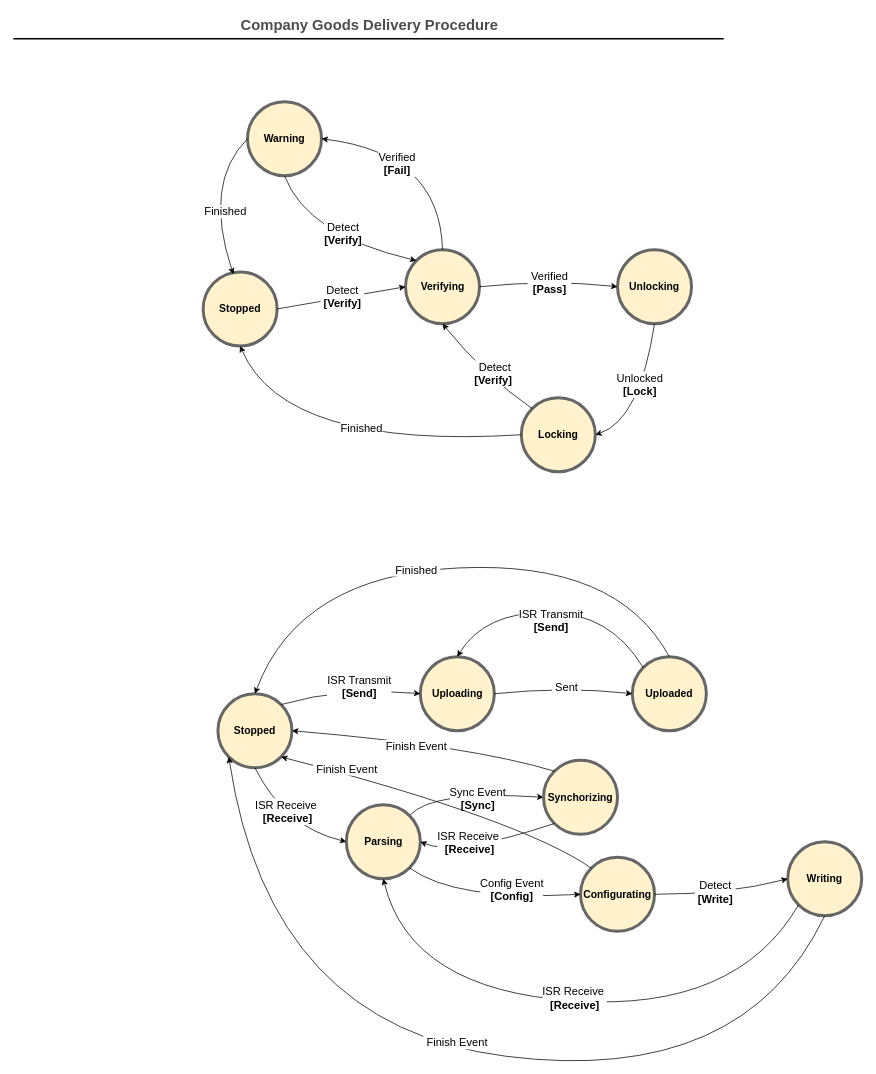
The draw.io diagram Docs/overallStateMachine.drawio in trieu1162000/AESD, before the edit. Source tidied: cells renumbered, new cells numbered last; positions are measured from the earlier drawing's top-left corner, leaving out a move shared by most shapes. Both pictures are drawn from the tidied source at 74%, with x=0, y=0 at pixel (13, 13).
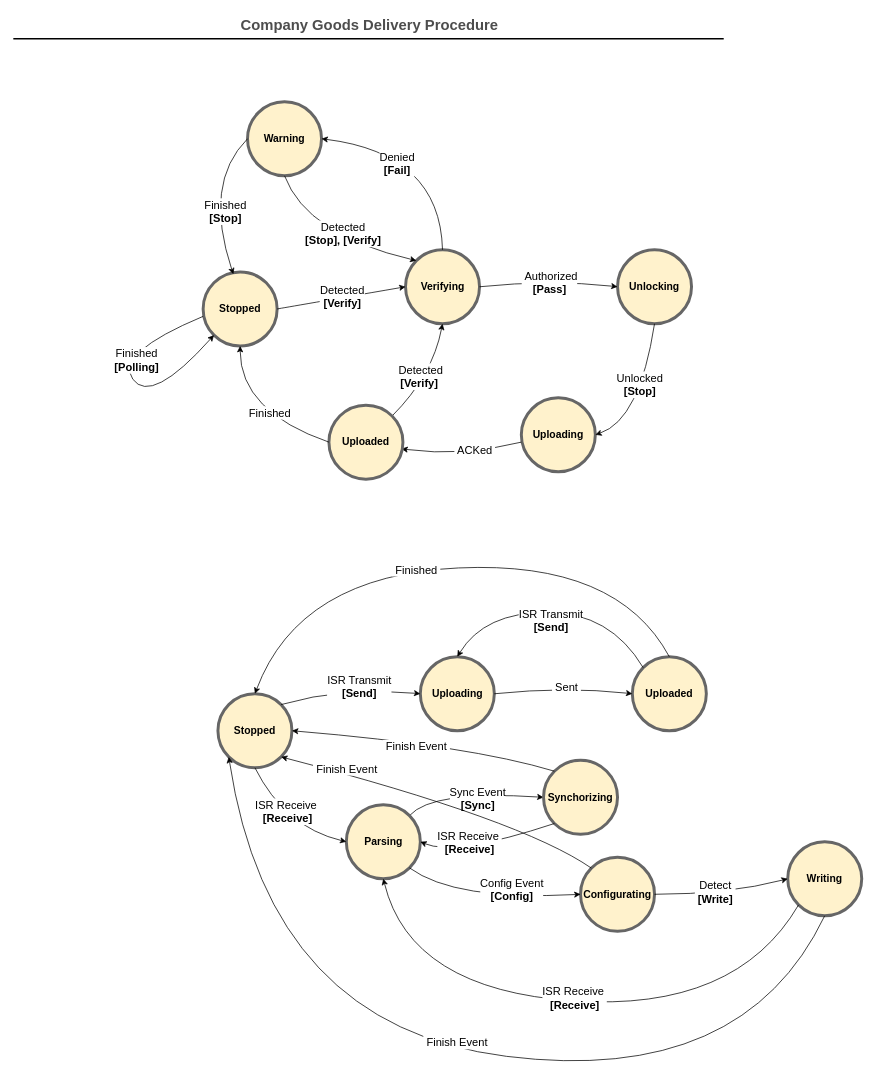
The same page after the edit.

Unchanged cells that the change refers to:
```xml
<mxCell id="7" value="&lt;font style=&quot;font-size: 14px;&quot;&gt;&lt;b&gt;Verifying&lt;/b&gt;&lt;/font&gt;" style="ellipse;whiteSpace=wrap;html=1;strokeWidth=4;fillColor=#fff2cc;strokeColor=#666666;" parent="1" vertex="1">
  <mxGeometry x="529.5" y="320" width="100" height="100" as="geometry" />
</mxCell>
<mxCell id="8" value="&lt;font style=&quot;font-size: 14px;&quot;&gt;&lt;b&gt;Stopped&lt;/b&gt;&lt;/font&gt;" style="ellipse;whiteSpace=wrap;html=1;strokeWidth=4;fillColor=#fff2cc;strokeColor=#666666;" parent="1" vertex="1">
  <mxGeometry x="256" y="350" width="100" height="100" as="geometry" />
</mxCell>
<mxCell id="9" style="curved=1;endArrow=classic;html=1;rounded=0;exitX=0.5;exitY=0;exitDx=0;exitDy=0;entryX=1;entryY=0.5;entryDx=0;entryDy=0;" parent="1" edge="1" source="7" target="4">
  <mxGeometry relative="1" as="geometry">
    <Array as="points">
      <mxPoint x="576" y="190" />
    </Array>
  </mxGeometry>
</mxCell>
<mxCell id="11" style="curved=1;endArrow=classic;html=1;rounded=0;exitX=1;exitY=0.5;exitDx=0;exitDy=0;entryX=0;entryY=0.5;entryDx=0;entryDy=0;" parent="1" edge="1" source="7" target="6">
  <mxGeometry relative="1" as="geometry">
    <Array as="points">
      <mxPoint x="726" y="360" />
    </Array>
  </mxGeometry>
</mxCell>
<mxCell id="13" style="curved=1;endArrow=classic;html=1;rounded=0;exitX=1;exitY=0.5;exitDx=0;exitDy=0;entryX=0;entryY=0.5;entryDx=0;entryDy=0;" parent="1" edge="1" source="8" target="7">
  <mxGeometry relative="1" as="geometry" />
</mxCell>
<mxCell id="15" style="curved=1;endArrow=classic;html=1;rounded=0;exitX=0;exitY=0.5;exitDx=0;exitDy=0;entryX=0.408;entryY=0.031;entryDx=0;entryDy=0;entryPerimeter=0;" parent="1" edge="1" source="4" target="8">
  <mxGeometry relative="1" as="geometry">
    <Array as="points">
      <mxPoint x="256" y="230" />
    </Array>
  </mxGeometry>
</mxCell>
<mxCell id="17" style="curved=1;endArrow=classic;html=1;rounded=0;exitX=0.5;exitY=1;exitDx=0;exitDy=0;entryX=1;entryY=0.5;entryDx=0;entryDy=0;" parent="1" edge="1" source="6" target="5">
  <mxGeometry relative="1" as="geometry">
    <Array as="points">
      <mxPoint x="846" y="550" />
    </Array>
  </mxGeometry>
</mxCell>
<mxCell id="23" style="curved=1;endArrow=classic;html=1;rounded=0;exitX=0.5;exitY=1;exitDx=0;exitDy=0;entryX=0;entryY=0;entryDx=0;entryDy=0;" parent="1" edge="1" source="4" target="7">
  <mxGeometry relative="1" as="geometry">
    <Array as="points">
      <mxPoint x="396" y="300" />
    </Array>
  </mxGeometry>
</mxCell>
```

What changed in the source:
```diff
@@
-    <mxCell id="5" value="&lt;font style=&quot;font-size: 14px;&quot;&gt;&lt;b&gt;Locking&lt;/b&gt;&lt;/font&gt;" style="ellipse;whiteSpace=wrap;html=1;strokeWidth=4;fillColor=#fff2cc;strokeColor=#666666;" parent="1" vertex="1">
+    <mxCell id="5" value="&lt;font style=&quot;font-size: 14px;&quot;&gt;&lt;b&gt;Uploading&lt;/b&gt;&lt;/font&gt;" style="ellipse;whiteSpace=wrap;html=1;strokeWidth=4;fillColor=#fff2cc;strokeColor=#666666;" parent="1" vertex="1">
       <mxGeometry x="686" y="520" width="100" height="100" as="geometry" />
     </mxCell>
@@
-    <mxCell id="10" value="&lt;font style=&quot;font-size: 15px;&quot;&gt;Verified&lt;br&gt;&lt;b&gt;[Fail]&lt;/b&gt;&lt;br&gt;&lt;/font&gt;" style="edgeLabel;html=1;align=center;verticalAlign=middle;" parent="9" vertex="1">
+    <mxCell id="10" value="&lt;font style=&quot;font-size: 15px;&quot;&gt;Denied&lt;br&gt;&lt;b&gt;[Fail]&lt;/b&gt;&lt;br&gt;&lt;/font&gt;" style="edgeLabel;html=1;align=center;verticalAlign=middle;" parent="9" vertex="1">
       <mxGeometry x="0.05" y="5" relative="1" as="geometry">
         <mxPoint x="-35" y="10" as="offset" />
       </mxGeometry>
     </mxCell>
@@
-    <mxCell id="12" value="&lt;span style=&quot;font-size: 15px;&quot;&gt;&amp;nbsp;Verified&amp;nbsp;&lt;br&gt;&lt;b&gt;[Pass]&lt;/b&gt;&lt;br&gt;&lt;/span&gt;" style="edgeLabel;html=1;align=center;verticalAlign=middle;" parent="11" vertex="1">
+    <mxCell id="12" value="&lt;span style=&quot;font-size: 15px;&quot;&gt;&amp;nbsp;Authorized&lt;br&gt;&lt;b&gt;[Pass]&lt;/b&gt;&lt;br&gt;&lt;/span&gt;" style="edgeLabel;html=1;align=center;verticalAlign=middle;" parent="11" vertex="1">
       <mxGeometry x="0.01" y="2" relative="1" as="geometry">
         <mxPoint y="5" as="offset" />
       </mxGeometry>
     </mxCell>
@@
-    <mxCell id="14" value="&lt;span style=&quot;font-size: 15px;&quot;&gt;Detect&lt;br&gt;&lt;b&gt;&amp;nbsp;[Verify]&amp;nbsp;&lt;/b&gt;&lt;br&gt;&lt;/span&gt;" style="edgeLabel;html=1;align=center;verticalAlign=middle;" parent="13" vertex="1">
+    <mxCell id="14" value="&lt;span style=&quot;font-size: 15px;&quot;&gt;Detected&lt;br&gt;&lt;b&gt;&amp;nbsp;[Verify]&amp;nbsp;&lt;/b&gt;&lt;br&gt;&lt;/span&gt;" style="edgeLabel;html=1;align=center;verticalAlign=middle;" parent="13" vertex="1">
       <mxGeometry x="0.01" y="2" relative="1" as="geometry" />
     </mxCell>
@@
-    <mxCell id="16" value="&lt;font style=&quot;font-size: 15px;&quot;&gt;Finished&lt;br&gt;&lt;/font&gt;" style="edgeLabel;html=1;align=center;verticalAlign=middle;" parent="15" vertex="1">
+    <mxCell id="16" value="&lt;font style=&quot;font-size: 15px;&quot;&gt;Finished&lt;br&gt;&lt;b style=&quot;border-color: var(--border-color);&quot;&gt;[Stop]&lt;/b&gt;&lt;br&gt;&lt;/font&gt;" style="edgeLabel;html=1;align=center;verticalAlign=middle;" parent="15" vertex="1">
       <mxGeometry x="0.05" y="5" relative="1" as="geometry">
         <mxPoint x="16" y="12" as="offset" />
       </mxGeometry>
     </mxCell>
@@
-    <mxCell id="18" value="&lt;font style=&quot;font-size: 15px;&quot;&gt;Unlocked&lt;br&gt;&lt;b&gt;[Lock]&lt;/b&gt;&lt;br&gt;&lt;/font&gt;" style="edgeLabel;html=1;align=center;verticalAlign=middle;" parent="17" vertex="1">
+    <mxCell id="18" value="&lt;font style=&quot;font-size: 15px;&quot;&gt;Unlocked&lt;br&gt;&lt;b&gt;[Stop]&lt;/b&gt;&lt;br&gt;&lt;/font&gt;" style="edgeLabel;html=1;align=center;verticalAlign=middle;" parent="17" vertex="1">
       <mxGeometry x="0.05" y="5" relative="1" as="geometry">
         <mxPoint x="-10" y="-20" as="offset" />
       </mxGeometry>
     </mxCell>
-    <mxCell id="19" style="curved=1;endArrow=classic;html=1;rounded=0;exitX=0;exitY=0.5;exitDx=0;exitDy=0;entryX=0.5;entryY=1;entryDx=0;entryDy=0;" parent="1" edge="1" source="5" target="8">
+    <mxCell id="19" style="curved=1;endArrow=classic;html=1;rounded=0;exitX=0;exitY=0.6;exitDx=0;exitDy=0;entryX=0.98;entryY=0.59;entryDx=0;entryDy=0;exitPerimeter=0;entryPerimeter=0;" parent="1" edge="1" source="5" target="60">
       <mxGeometry relative="1" as="geometry">
         <Array as="points">
-          <mxPoint x="366" y="590" />
+          <mxPoint x="606" y="600" />
         </Array>
       </mxGeometry>
     </mxCell>
-    <mxCell id="20" value="&lt;font style=&quot;font-size: 15px;&quot;&gt;Finished&lt;br&gt;&lt;/font&gt;" style="edgeLabel;html=1;align=center;verticalAlign=middle;" parent="19" vertex="1">
+    <mxCell id="20" value="&lt;font style=&quot;font-size: 15px;&quot;&gt;&amp;nbsp;ACKed&amp;nbsp;&lt;br&gt;&lt;/font&gt;" style="edgeLabel;html=1;align=center;verticalAlign=middle;" parent="19" vertex="1">
       <mxGeometry x="0.05" y="5" relative="1" as="geometry">
-        <mxPoint x="31" y="-30" as="offset" />
+        <mxPoint x="22" y="-14" as="offset" />
       </mxGeometry>
     </mxCell>
-    <mxCell id="21" style="curved=1;endArrow=classic;html=1;rounded=0;exitX=0;exitY=0;exitDx=0;exitDy=0;entryX=0.5;entryY=1;entryDx=0;entryDy=0;" parent="1" edge="1" source="5" target="7">
+    <mxCell id="21" style="curved=1;endArrow=classic;html=1;rounded=0;exitX=1;exitY=0;exitDx=0;exitDy=0;entryX=0.5;entryY=1;entryDx=0;entryDy=0;" parent="1" edge="1" source="60" target="7">
       <mxGeometry relative="1" as="geometry">
         <Array as="points">
-          <mxPoint x="636" y="490" />
+          <mxPoint x="566" y="490" />
         </Array>
       </mxGeometry>
     </mxCell>
-    <mxCell id="22" value="&lt;span style=&quot;font-size: 15px;&quot;&gt;Detect&lt;br&gt;&lt;b&gt;[Verify]&amp;nbsp;&lt;/b&gt;&lt;br&gt;&lt;/span&gt;" style="edgeLabel;html=1;align=center;verticalAlign=middle;" parent="21" vertex="1">
+    <mxCell id="22" value="&lt;span style=&quot;font-size: 15px;&quot;&gt;Detected&lt;br&gt;&lt;b&gt;[Verify]&amp;nbsp;&lt;/b&gt;&lt;br&gt;&lt;/span&gt;" style="edgeLabel;html=1;align=center;verticalAlign=middle;" parent="21" vertex="1">
       <mxGeometry x="0.01" y="2" relative="1" as="geometry">
-        <mxPoint x="19" as="offset" />
+        <mxPoint x="-13" as="offset" />
       </mxGeometry>
     </mxCell>
@@
-    <mxCell id="24" value="&lt;span style=&quot;font-size: 15px;&quot;&gt;Detect&lt;br&gt;&lt;b&gt;[Verify]&lt;/b&gt;&lt;br&gt;&lt;/span&gt;" style="edgeLabel;html=1;align=center;verticalAlign=middle;" parent="23" vertex="1">
+    <mxCell id="24" value="&lt;span style=&quot;font-size: 15px;&quot;&gt;Detected&lt;br&gt;&lt;b&gt;[Stop], [Verify]&lt;/b&gt;&lt;br&gt;&lt;/span&gt;" style="edgeLabel;html=1;align=center;verticalAlign=middle;" parent="23" vertex="1">
       <mxGeometry x="0.01" y="2" relative="1" as="geometry">
         <mxPoint x="14" y="-8" as="offset" />
       </mxGeometry>
     </mxCell>
@@
+    <mxCell id="58" style="curved=1;endArrow=classic;html=1;rounded=0;exitX=0;exitY=0.5;exitDx=0;exitDy=0;entryX=0;entryY=1;entryDx=0;entryDy=0;" parent="1" edge="1" target="8">
+      <mxGeometry relative="1" as="geometry">
+        <mxPoint x="256" y="410" as="sourcePoint" />
+        <Array as="points">
+          <mxPoint x="136" y="460" />
+          <mxPoint x="186" y="530" />
+        </Array>
+      </mxGeometry>
+    </mxCell>
+    <mxCell id="59" value="&lt;font style=&quot;font-size: 15px;&quot;&gt;Finished&lt;br&gt;&lt;b style=&quot;border-color: var(--border-color);&quot;&gt;[Polling]&lt;/b&gt;&lt;br&gt;&lt;/font&gt;" style="edgeLabel;html=1;align=center;verticalAlign=middle;" parent="58" vertex="1">
+      <mxGeometry x="0.05" y="5" relative="1" as="geometry">
+        <mxPoint x="-4" y="-29" as="offset" />
+      </mxGeometry>
+    </mxCell>
+    <mxCell id="60" value="&lt;font style=&quot;font-size: 14px;&quot;&gt;&lt;b&gt;Uploaded&lt;/b&gt;&lt;/font&gt;" style="ellipse;whiteSpace=wrap;html=1;strokeWidth=4;fillColor=#fff2cc;strokeColor=#666666;" parent="1" vertex="1">
+      <mxGeometry x="426" y="530" width="100" height="100" as="geometry" />
+    </mxCell>
+    <mxCell id="61" style="curved=1;endArrow=classic;html=1;rounded=0;exitX=0;exitY=0.5;exitDx=0;exitDy=0;" parent="1" edge="1" source="60" target="8">
+      <mxGeometry relative="1" as="geometry">
+        <Array as="points">
+          <mxPoint x="306" y="538.5" />
+        </Array>
+      </mxGeometry>
+    </mxCell>
+    <mxCell id="62" value="&lt;font style=&quot;font-size: 15px;&quot;&gt;Finished&lt;br&gt;&lt;/font&gt;" style="edgeLabel;html=1;align=center;verticalAlign=middle;" parent="61" vertex="1">
+      <mxGeometry x="0.05" y="5" relative="1" as="geometry">
+        <mxPoint x="28" y="-8" as="offset" />
+      </mxGeometry>
+    </mxCell>
```
